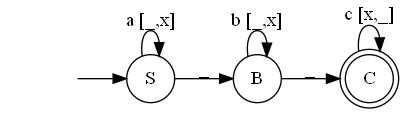
Above: Automate Picture/AutomataPicture.dot.png in arjen0203/AutomataReader (Graphviz), before the change. Its source is kept beside it as Automate Picture/AutomataPicture.dot.
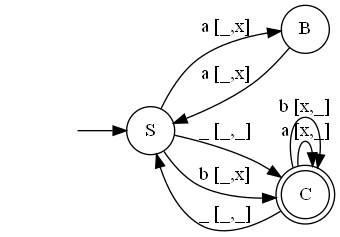
Later version of the same file.

Diff of the diagram source:
```diff
@@ -6,9 +6,11 @@
 "C" [shape=doublecircle]
 
 "" -> "S"
-"S" -> "S" [label="a [_,x]"]
-"S" -> "B" [label="_"]
-"B" -> "B" [label="b [_,x]"]
-"B" -> "C" [label="_"]
-"C" -> "C" [label="c [x,_]"]
+"S" -> "B" [label="a [_,x]"]
+"S" -> "C" [label="_ [_,_]"]
+"S" -> "C" [label="b [_,x]"]
+"B" -> "S" [label="a [_,x]"]
+"C" -> "C" [label="a [x,_]"]
+"C" -> "C" [label="b [x,_]"]
+"C" -> "S" [label="_ [_,_]"]
 }
```
